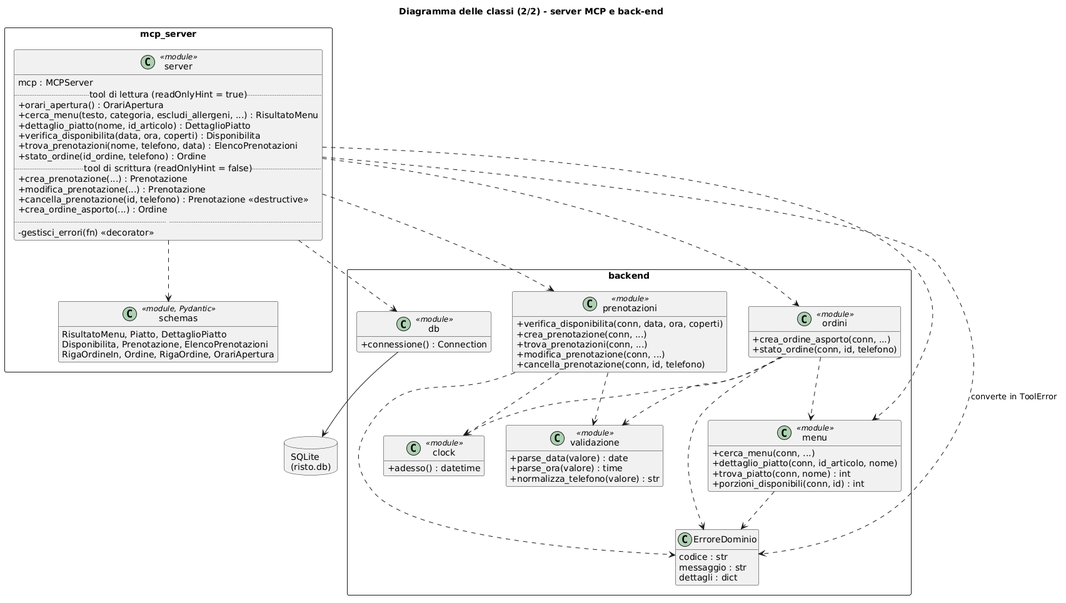
This is docs/diagrammi/classi_server.png from Gabrymarg/Gabrymarg-AI-MCP, a PlantUML export, as it was before one commit. Its diagram source:
```plantuml
@startuml
title Diagramma delle classi (2/2) - server MCP e back-end
skinparam shadowing false
skinparam classAttributeIconSize 0
hide empty members
allowmixing

package "mcp_server" <<Rectangle>> {
  class server <<module>> {
    mcp : MCPServer
    .. tool di lettura (readOnlyHint = true) ..
    + orari_apertura() : OrariApertura
    + cerca_menu(testo, categoria, escludi_allergeni, ...) : RisultatoMenu
    + dettaglio_piatto(nome, id_articolo) : DettaglioPiatto
    + verifica_disponibilita(data, ora, coperti) : Disponibilita
    + trova_prenotazioni(nome, telefono, data) : ElencoPrenotazioni
    + stato_ordine(id_ordine, telefono) : Ordine
    .. tool di scrittura (readOnlyHint = false) ..
    + crea_prenotazione(...) : Prenotazione
    + modifica_prenotazione(...) : Prenotazione
    + cancella_prenotazione(id, telefono) : Prenotazione <<destructive>>
    + crea_ordine_asporto(...) : Ordine
    .. ..
    - gestisci_errori(fn) <<decorator>>
  }
  class schemas <<module, Pydantic>> {
    RisultatoMenu, Piatto, DettaglioPiatto
    Disponibilita, Prenotazione, ElencoPrenotazioni
    RigaOrdineIn, Ordine, RigaOrdine, OrariApertura
  }
}

package "backend" <<Rectangle>> {
  class prenotazioni <<module>> {
    + verifica_disponibilita(conn, data, ora, coperti)
    + crea_prenotazione(conn, ...)
    + trova_prenotazioni(conn, ...)
    + modifica_prenotazione(conn, ...)
    + cancella_prenotazione(conn, id, telefono)
  }
  class menu <<module>> {
    + cerca_menu(conn, ...)
    + dettaglio_piatto(conn, id_articolo, nome)
    + trova_piatto(conn, nome) : int
    + porzioni_disponibili(conn, id) : int
  }
  class ordini <<module>> {
    + crea_ordine_asporto(conn, ...)
    + stato_ordine(conn, id, telefono)
  }
  class validazione <<module>> {
    + parse_data(valore) : date
    + parse_ora(valore) : time
    + normalizza_telefono(valore) : str
  }
  class clock <<module>> {
    + adesso() : datetime
  }
  class db <<module>> {
    + connessione() : Connection
  }
  class ErroreDominio {
    codice : str
    messaggio : str
    dettagli : dict
  }
}

database "SQLite\n(risto.db)" as DB

server ..> schemas
server ..> prenotazioni
server ..> menu
server ..> ordini
server ..> db
server ..> ErroreDominio : converte in ToolError
prenotazioni ..> validazione
ordini ..> validazione
ordini ..> menu
prenotazioni ..> clock
ordini ..> clock
prenotazioni ..> ErroreDominio
menu ..> ErroreDominio
ordini ..> ErroreDominio
db --> DB
@enduml
```
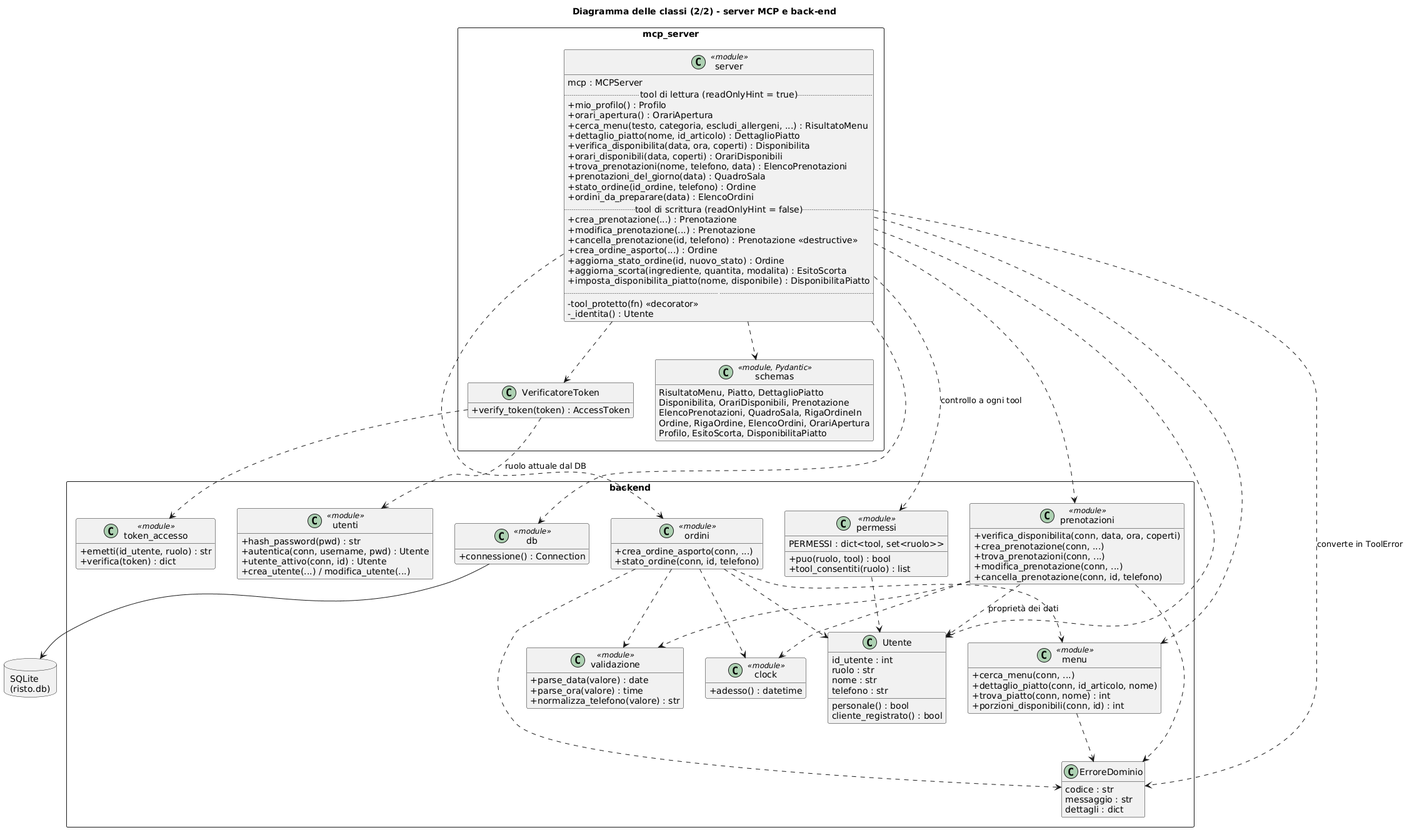
The same diagram one commit later.

Diff of the diagram source:
```diff
@@ -9,24 +9,37 @@
   class server <<module>> {
     mcp : MCPServer
     .. tool di lettura (readOnlyHint = true) ..
+    + mio_profilo() : Profilo
     + orari_apertura() : OrariApertura
     + cerca_menu(testo, categoria, escludi_allergeni, ...) : RisultatoMenu
     + dettaglio_piatto(nome, id_articolo) : DettaglioPiatto
     + verifica_disponibilita(data, ora, coperti) : Disponibilita
+    + orari_disponibili(data, coperti) : OrariDisponibili
     + trova_prenotazioni(nome, telefono, data) : ElencoPrenotazioni
+    + prenotazioni_del_giorno(data) : QuadroSala
     + stato_ordine(id_ordine, telefono) : Ordine
+    + ordini_da_preparare(data) : ElencoOrdini
     .. tool di scrittura (readOnlyHint = false) ..
     + crea_prenotazione(...) : Prenotazione
     + modifica_prenotazione(...) : Prenotazione
     + cancella_prenotazione(id, telefono) : Prenotazione <<destructive>>
     + crea_ordine_asporto(...) : Ordine
+    + aggiorna_stato_ordine(id, nuovo_stato) : Ordine
+    + aggiorna_scorta(ingrediente, quantita, modalita) : EsitoScorta
+    + imposta_disponibilita_piatto(nome, disponibile) : DisponibilitaPiatto
     .. ..
-    - gestisci_errori(fn) <<decorator>>
+    - tool_protetto(fn) <<decorator>>
+    - _identita() : Utente
+  }
+  class VerificatoreToken {
+    + verify_token(token) : AccessToken
   }
   class schemas <<module, Pydantic>> {
     RisultatoMenu, Piatto, DettaglioPiatto
-    Disponibilita, Prenotazione, ElencoPrenotazioni
-    RigaOrdineIn, Ordine, RigaOrdine, OrariApertura
+    Disponibilita, OrariDisponibili, Prenotazione
+    ElencoPrenotazioni, QuadroSala, RigaOrdineIn
+    Ordine, RigaOrdine, ElencoOrdini, OrariApertura
+    Profilo, EsitoScorta, DisponibilitaPiatto
   }
 }
 
@@ -64,7 +77,39 @@
     messaggio : str
     dettagli : dict
   }
+  class permessi <<module>> {
+    PERMESSI : dict<tool, set<ruolo>>
+    + puo(ruolo, tool) : bool
+    + tool_consentiti(ruolo) : list
+  }
+  class Utente {
+    id_utente : int
+    ruolo : str
+    nome : str
+    telefono : str
+    personale() : bool
+    cliente_registrato() : bool
+  }
+  class utenti <<module>> {
+    + hash_password(pwd) : str
+    + autentica(conn, username, pwd) : Utente
+    + utente_attivo(conn, id) : Utente
+    + crea_utente(...) / modifica_utente(...)
+  }
+  class token_accesso <<module>> {
+    + emetti(id_utente, ruolo) : str
+    + verifica(token) : dict
+  }
 }
+
+VerificatoreToken ..> token_accesso
+VerificatoreToken ..> utenti : ruolo attuale dal DB
+server ..> VerificatoreToken
+server ..> permessi : controllo a ogni tool
+server ..> Utente
+prenotazioni ..> Utente : proprietà dei dati
+ordini ..> Utente
+permessi ..> Utente
 
 database "SQLite\n(risto.db)" as DB
 
```
